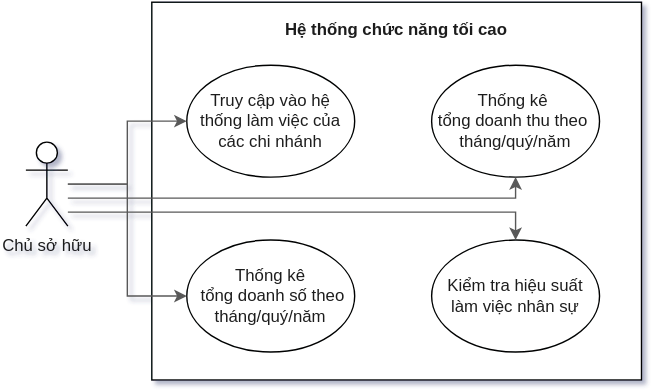
Before: docs/usecase/master.svg, a diagram exported from draw.io (hphudev/coffeeshop-management). Source tidied: cells renumbered, new cells last; positions are measured from the earlier drawing's top-left corner, leaving out a move shared by most shapes. Source of this version:
```xml
<mxGraphModel background="#ffffff">
  <root>
    <mxCell id="0" />
    <mxCell id="1" parent="0" />
    <mxCell id="2" style="rounded=0;whiteSpace=wrap;html=1;fontColor=#1F1F1F;strokeColor=#000303;fillColor=#FFFFFF;verticalAlign=top;" parent="1" vertex="1">
      <mxGeometry x="90" width="350" height="270" as="geometry" />
    </mxCell>
    <mxCell id="3" value="Truy cập vào hệ thống làm việc của các chi nhánh" style="ellipse;whiteSpace=wrap;html=1;fontColor=#1F1F1F;strokeColor=#000303;fillColor=#FFFFFF;" parent="1" vertex="1">
      <mxGeometry x="115" y="45" width="120" height="80" as="geometry" />
    </mxCell>
    <mxCell id="4" value="Thống kê&lt;br&gt;&amp;nbsp;tổng doanh số theo tháng/quý/năm" style="ellipse;whiteSpace=wrap;html=1;fontColor=#1F1F1F;strokeColor=#000303;fillColor=#FFFFFF;" parent="1" vertex="1">
      <mxGeometry x="115" y="170" width="120" height="80" as="geometry" />
    </mxCell>
    <mxCell id="5" value="Thống kê&amp;nbsp;&lt;br&gt;tổng doanh thu theo&amp;nbsp;&lt;br&gt;tháng/quý/năm" style="ellipse;whiteSpace=wrap;html=1;fontColor=#1F1F1F;strokeColor=#000303;fillColor=#FFFFFF;" parent="1" vertex="1">
      <mxGeometry x="290" y="45" width="120" height="80" as="geometry" />
    </mxCell>
    <mxCell id="6" value="Hệ thống chức năng tối cao" style="text;html=1;strokeColor=none;fillColor=none;align=center;verticalAlign=middle;whiteSpace=wrap;rounded=0;fontColor=#1F1F1F;fontStyle=1;" parent="1" vertex="1">
      <mxGeometry x="160" y="10" width="210" height="20" as="geometry" />
    </mxCell>
    <mxCell id="7" value="Kiểm tra hiệu suất làm việc nhân sự" style="ellipse;whiteSpace=wrap;html=1;fontColor=#1F1F1F;strokeColor=#000303;fillColor=#FFFFFF;" parent="1" vertex="1">
      <mxGeometry x="290" y="170" width="120" height="80" as="geometry" />
    </mxCell>
    <mxCell id="8" style="edgeStyle=orthogonalEdgeStyle;rounded=0;jettySize=auto;html=1;entryX=0.5;entryY=1;entryDx=0;entryDy=0;fontColor=#1F1F1F;strokeColor=#595959;" parent="1" edge="1" source="12" target="5">
      <mxGeometry relative="1" as="geometry">
        <Array as="points">
          <mxPoint x="350" y="140" />
        </Array>
      </mxGeometry>
    </mxCell>
    <mxCell id="9" style="edgeStyle=orthogonalEdgeStyle;rounded=0;jettySize=auto;html=1;entryX=0;entryY=0.5;entryDx=0;entryDy=0;fontColor=#1F1F1F;strokeColor=#595959;" parent="1" edge="1" source="12" target="3">
      <mxGeometry relative="1" as="geometry" />
    </mxCell>
    <mxCell id="10" style="edgeStyle=orthogonalEdgeStyle;rounded=0;jettySize=auto;html=1;entryX=0;entryY=0.5;entryDx=0;entryDy=0;fontColor=#1F1F1F;strokeColor=#595959;" parent="1" edge="1" source="12" target="4">
      <mxGeometry relative="1" as="geometry" />
    </mxCell>
    <mxCell id="11" style="edgeStyle=orthogonalEdgeStyle;rounded=0;jettySize=auto;html=1;fontColor=#1F1F1F;strokeColor=#595959;" parent="1" edge="1" source="12" target="7">
      <mxGeometry relative="1" as="geometry">
        <Array as="points">
          <mxPoint x="350" y="150" />
        </Array>
      </mxGeometry>
    </mxCell>
    <mxCell id="12" value="Chủ sở hữu" style="shape=umlActor;verticalLabelPosition=bottom;verticalAlign=top;html=1;outlineConnect=0;strokeColor=#000303;fillColor=#FFFFFF;fontColor=#1F1F1F;" parent="1" vertex="1">
      <mxGeometry y="100" width="30" height="60" as="geometry" />
    </mxCell>
  </root>
</mxGraphModel>
```
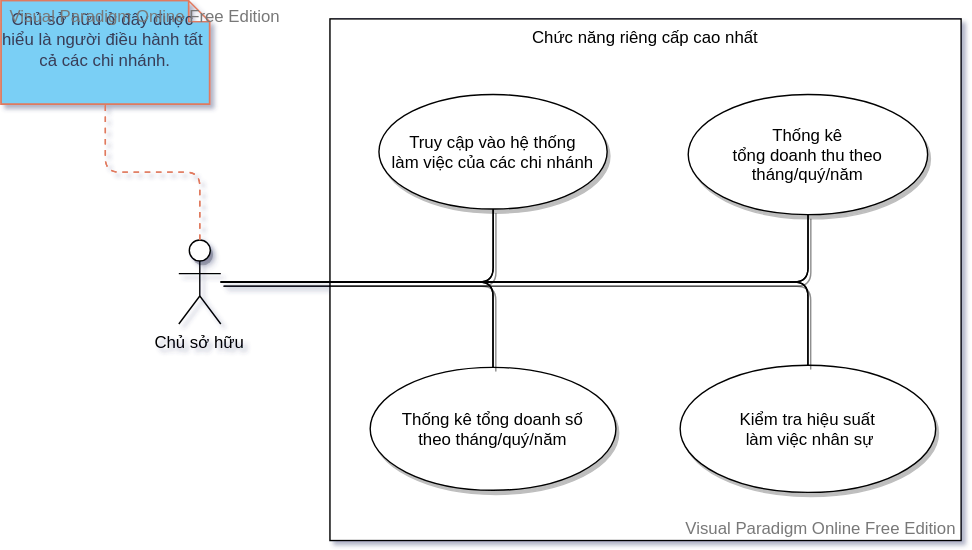
After the commit.

Commit message:
Fix use case

Diff of the diagram source:
```diff
@@ -1,47 +1,42 @@
-<mxGraphModel background="#ffffff">
+<mxGraphModel>
   <root>
     <mxCell id="0" />
     <mxCell id="1" parent="0" />
-    <mxCell id="2" style="rounded=0;whiteSpace=wrap;html=1;fontColor=#1F1F1F;strokeColor=#000303;fillColor=#FFFFFF;verticalAlign=top;" parent="1" vertex="1">
-      <mxGeometry x="90" width="350" height="270" as="geometry" />
+    <mxCell id="2" value="Chủ sở hữu" style="shape=MJlnW;fillColor=#ffffff;verticalLabelPosition=bottom;verticalAlign=top;shadow=1;strokeColor=#000000;" parent="1" vertex="1">
+      <mxGeometry x="-15" y="-39" width="30" height="60" as="geometry" />
     </mxCell>
-    <mxCell id="3" value="Truy cập vào hệ thống làm việc của các chi nhánh" style="ellipse;whiteSpace=wrap;html=1;fontColor=#1F1F1F;strokeColor=#000303;fillColor=#FFFFFF;" parent="1" vertex="1">
-      <mxGeometry x="115" y="45" width="120" height="80" as="geometry" />
+    <mxCell id="3" value="Chức năng riêng cấp cao nhất" style="shape=z6CloG;fillColor=#ffffff;verticalAlign=top;labelBackgroundColor=none;strokeColor=#000000;" parent="1" vertex="1">
+      <mxGeometry x="93" y="-197" width="451" height="372.8" as="geometry" />
     </mxCell>
-    <mxCell id="4" value="Thống kê&lt;br&gt;&amp;nbsp;tổng doanh số theo tháng/quý/năm" style="ellipse;whiteSpace=wrap;html=1;fontColor=#1F1F1F;strokeColor=#000303;fillColor=#FFFFFF;" parent="1" vertex="1">
-      <mxGeometry x="115" y="170" width="120" height="80" as="geometry" />
+    <mxCell id="4" value="Kiểm tra hiệu suất&#10; làm việc nhân sự" style="shape=5Co9kCo;fillColor=#ffffff;shadow=1;strokeColor=#000000;" parent="3" vertex="1">
+      <mxGeometry x="250.2" y="247.5" width="182.6" height="90.8" as="geometry" />
     </mxCell>
-    <mxCell id="5" value="Thống kê&amp;nbsp;&lt;br&gt;tổng doanh thu theo&amp;nbsp;&lt;br&gt;tháng/quý/năm" style="ellipse;whiteSpace=wrap;html=1;fontColor=#1F1F1F;strokeColor=#000303;fillColor=#FFFFFF;" parent="1" vertex="1">
-      <mxGeometry x="290" y="45" width="120" height="80" as="geometry" />
+    <mxCell id="5" value="Truy cập vào hệ thống &#10;làm việc của các chi nhánh" style="shape=5Co9kCo;fillColor=#ffffff;shadow=1;strokeColor=#000000;" parent="1" vertex="1">
+      <mxGeometry x="128" y="-143" width="163.1" height="81.9" as="geometry" />
     </mxCell>
-    <mxCell id="6" value="Hệ thống chức năng tối cao" style="text;html=1;strokeColor=none;fillColor=none;align=center;verticalAlign=middle;whiteSpace=wrap;rounded=0;fontColor=#1F1F1F;fontStyle=1;" parent="1" vertex="1">
-      <mxGeometry x="160" y="10" width="210" height="20" as="geometry" />
+    <mxCell id="6" style="shape=MCCnJtkltnN;edgeStyle=orthogonalEdgeStyle;shadow=1;fontColor=#393C56;fillColor=#ffffff;labelBackgroundColor=#F4F1DE;strokeColor=#000000;" parent="1" edge="1" source="2" target="5">
+      <mxGeometry relative="1" as="geometry" />
     </mxCell>
-    <mxCell id="7" value="Kiểm tra hiệu suất làm việc nhân sự" style="ellipse;whiteSpace=wrap;html=1;fontColor=#1F1F1F;strokeColor=#000303;fillColor=#FFFFFF;" parent="1" vertex="1">
-      <mxGeometry x="290" y="170" width="120" height="80" as="geometry" />
+    <mxCell id="7" value="Thống kê tổng doanh số &#10;theo tháng/quý/năm" style="shape=5Co9kCo;fillColor=#ffffff;shadow=1;strokeColor=#000000;" parent="1" vertex="1">
+      <mxGeometry x="121.7" y="52" width="175.6" height="87.8" as="geometry" />
     </mxCell>
-    <mxCell id="8" style="edgeStyle=orthogonalEdgeStyle;rounded=0;jettySize=auto;html=1;entryX=0.5;entryY=1;entryDx=0;entryDy=0;fontColor=#1F1F1F;strokeColor=#595959;" parent="1" edge="1" source="12" target="5">
-      <mxGeometry relative="1" as="geometry">
-        <Array as="points">
-          <mxPoint x="350" y="140" />
-        </Array>
-      </mxGeometry>
+    <mxCell id="8" style="shape=MCCnJtkltnN;edgeStyle=orthogonalEdgeStyle;shadow=1;fontColor=#393C56;fillColor=#ffffff;labelBackgroundColor=#F4F1DE;strokeColor=#000000;" parent="1" edge="1" source="2" target="7">
+      <mxGeometry relative="1" as="geometry" />
     </mxCell>
-    <mxCell id="9" style="edgeStyle=orthogonalEdgeStyle;rounded=0;jettySize=auto;html=1;entryX=0;entryY=0.5;entryDx=0;entryDy=0;fontColor=#1F1F1F;strokeColor=#595959;" parent="1" edge="1" source="12" target="3">
+    <mxCell id="9" style="shape=MCCnJtkltnN;edgeStyle=orthogonalEdgeStyle;shadow=1;fontColor=#393C56;fillColor=#ffffff;labelBackgroundColor=#F4F1DE;strokeColor=#000000;" parent="1" edge="1" source="2" target="4">
       <mxGeometry relative="1" as="geometry" />
     </mxCell>
-    <mxCell id="10" style="edgeStyle=orthogonalEdgeStyle;rounded=0;jettySize=auto;html=1;entryX=0;entryY=0.5;entryDx=0;entryDy=0;fontColor=#1F1F1F;strokeColor=#595959;" parent="1" edge="1" source="12" target="4">
-      <mxGeometry relative="1" as="geometry" />
+    <mxCell id="10" value="Thống kê &#10;tổng doanh thu theo &#10;tháng/quý/năm" style="shape=5Co9kCo;fillColor=#ffffff;shadow=1;strokeColor=#000000;" parent="1" vertex="1">
+      <mxGeometry x="349" y="-143" width="171.1" height="85.9" as="geometry" />
     </mxCell>
-    <mxCell id="11" style="edgeStyle=orthogonalEdgeStyle;rounded=0;jettySize=auto;html=1;fontColor=#1F1F1F;strokeColor=#595959;" parent="1" edge="1" source="12" target="7">
-      <mxGeometry relative="1" as="geometry">
-        <Array as="points">
-          <mxPoint x="350" y="150" />
-        </Array>
-      </mxGeometry>
+    <mxCell id="11" style="shape=MCCnJtkltnN;edgeStyle=orthogonalEdgeStyle;shadow=1;fontColor=#393C56;fillColor=#ffffff;labelBackgroundColor=#F4F1DE;strokeColor=#000000;" parent="1" edge="1" source="2" target="10">
+      <mxGeometry relative="1" as="geometry" />
     </mxCell>
-    <mxCell id="12" value="Chủ sở hữu" style="shape=umlActor;verticalLabelPosition=bottom;verticalAlign=top;html=1;outlineConnect=0;strokeColor=#000303;fillColor=#FFFFFF;fontColor=#1F1F1F;" parent="1" vertex="1">
-      <mxGeometry y="100" width="30" height="60" as="geometry" />
+    <mxCell id="12" value="Chủ sở hữu ở đây được&amp;nbsp;&lt;br&gt;hiểu là người điều hành tất&amp;nbsp;&lt;br&gt;cả các chi nhánh." style="shape=xnlo;fillColor=#7ACFF5;html=1;align=center;verticalAlign=top;rounded=0;sketch=0;strokeColor=#E07A5F;fontColor=#393c56;fontStyle=0;" parent="1" vertex="1">
+      <mxGeometry x="-142" y="-210" width="149" height="74" as="geometry" />
     </mxCell>
+    <mxCell id="13" style="shape=MNJanW;edgeStyle=orthogonalEdgeStyle;strokeColor=#E07A5F;fillColor=#F2CC8F;fontColor=#393C56;" parent="1" edge="1" source="2" target="12">
+      <mxGeometry relative="1" as="geometry" />
+    </mxCell>
   </root>
 </mxGraphModel>
```
